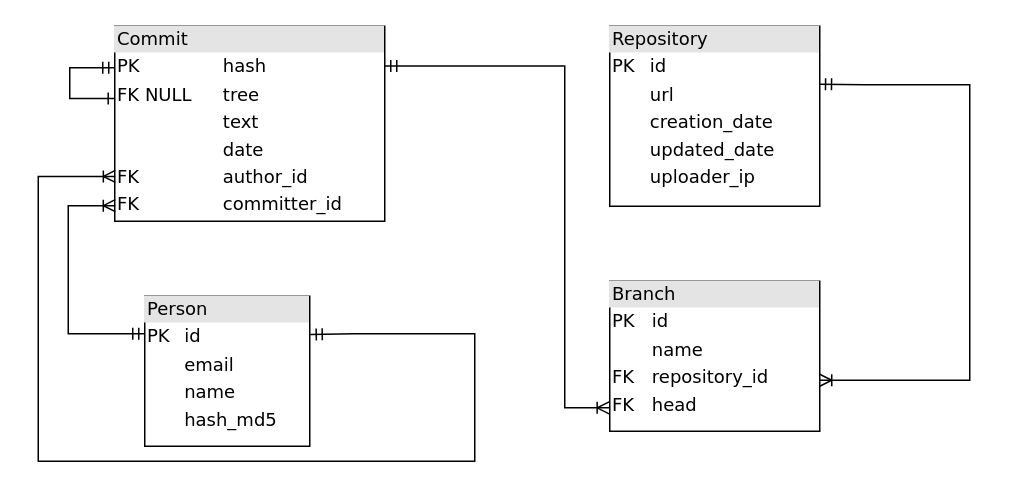
gico-net/docs keeps this draw.io diagram as data/relation.drawio. Above is the earlier version. Source tidied: cells renumbered, new cells numbered last; positions are measured from the earlier drawing's top-left corner, leaving out a move shared by most shapes. Both pictures are drawn from the tidied source at 150%, with x=0, y=0 at pixel (38, 26).
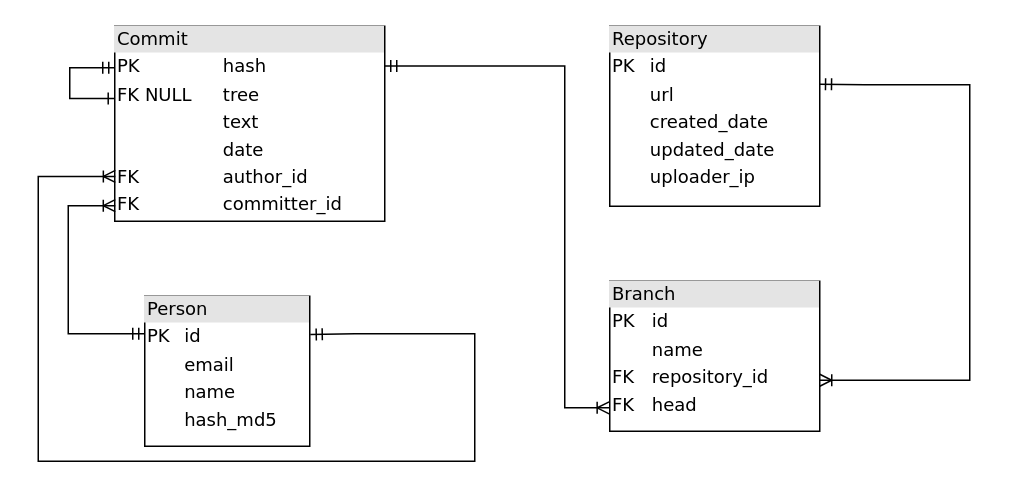
The same diagram, later.

Change to the diagram source:
```diff
@@
-    <mxCell id="2" value="&lt;div style=&quot;box-sizing: border-box ; width: 100% ; background: #e4e4e4 ; padding: 2px&quot;&gt;Repository&lt;/div&gt;&lt;table style=&quot;width: 100% ; font-size: 1em&quot; cellspacing=&quot;0&quot; cellpadding=&quot;2&quot;&gt;&lt;tbody&gt;&lt;tr&gt;&lt;td&gt;PK&lt;/td&gt;&lt;td&gt;id&lt;br&gt;&lt;/td&gt;&lt;/tr&gt;&lt;tr&gt;&lt;td&gt;&lt;br&gt;&lt;/td&gt;&lt;td&gt;url&lt;br&gt;&lt;/td&gt;&lt;/tr&gt;&lt;tr&gt;&lt;td&gt;&lt;br&gt;&lt;/td&gt;&lt;td&gt;creation_date&lt;br&gt;&lt;/td&gt;&lt;/tr&gt;&lt;tr&gt;&lt;td&gt;&lt;br&gt;&lt;/td&gt;&lt;td&gt;updated_date&lt;/td&gt;&lt;/tr&gt;&lt;tr&gt;&lt;td&gt;&lt;br&gt;&lt;/td&gt;&lt;td&gt;uploader_ip&lt;br&gt;&lt;/td&gt;&lt;/tr&gt;&lt;/tbody&gt;&lt;/table&gt;" style="verticalAlign=top;align=left;overflow=fill;html=1;rounded=0;shadow=0;comic=0;labelBackgroundColor=none;strokeWidth=1;fontFamily=Verdana;fontSize=12;" parent="1" vertex="1">
+    <mxCell id="2" value="&lt;div style=&quot;box-sizing: border-box ; width: 100% ; background: #e4e4e4 ; padding: 2px&quot;&gt;Repository&lt;/div&gt;&lt;table style=&quot;width: 100% ; font-size: 1em&quot; cellspacing=&quot;0&quot; cellpadding=&quot;2&quot;&gt;&lt;tbody&gt;&lt;tr&gt;&lt;td&gt;PK&lt;/td&gt;&lt;td&gt;id&lt;br&gt;&lt;/td&gt;&lt;/tr&gt;&lt;tr&gt;&lt;td&gt;&lt;br&gt;&lt;/td&gt;&lt;td&gt;url&lt;br&gt;&lt;/td&gt;&lt;/tr&gt;&lt;tr&gt;&lt;td&gt;&lt;br&gt;&lt;/td&gt;&lt;td&gt;created_date&lt;br&gt;&lt;/td&gt;&lt;/tr&gt;&lt;tr&gt;&lt;td&gt;&lt;br&gt;&lt;/td&gt;&lt;td&gt;updated_date&lt;/td&gt;&lt;/tr&gt;&lt;tr&gt;&lt;td&gt;&lt;br&gt;&lt;/td&gt;&lt;td&gt;uploader_ip&lt;br&gt;&lt;/td&gt;&lt;/tr&gt;&lt;/tbody&gt;&lt;/table&gt;" style="verticalAlign=top;align=left;overflow=fill;html=1;rounded=0;shadow=0;comic=0;labelBackgroundColor=none;strokeWidth=1;fontFamily=Verdana;fontSize=12;" parent="1" vertex="1">
       <mxGeometry x="381" width="140" height="120" as="geometry" />
     </mxCell>
```
